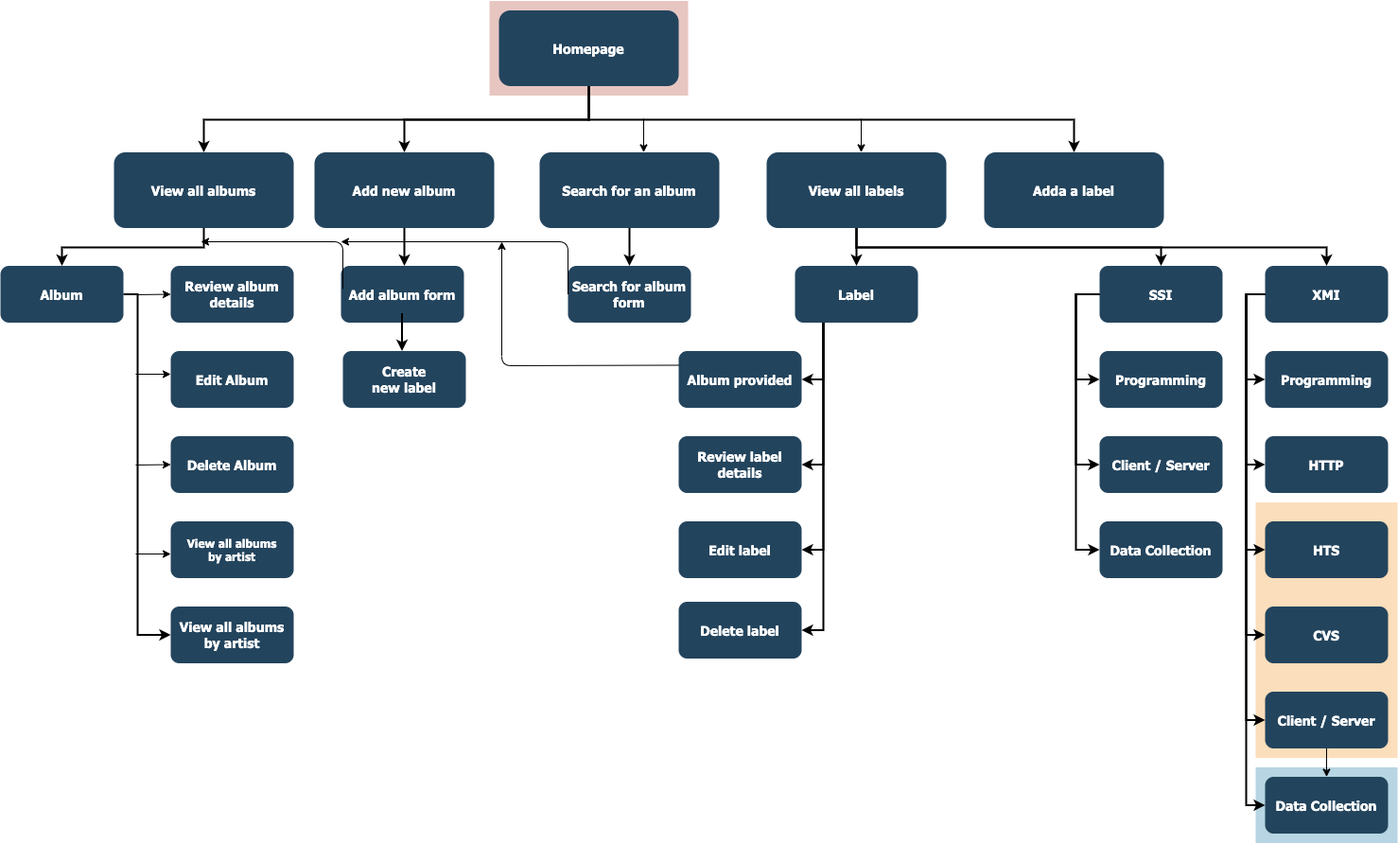
RatBoyJim/GoldSoundz keeps this draw.io diagram as sitemap.png. Above is the earlier version. Source tidied: cells renumbered, new cells last; positions are measured from the earlier drawing's top-left corner, leaving out a move shared by most shapes.
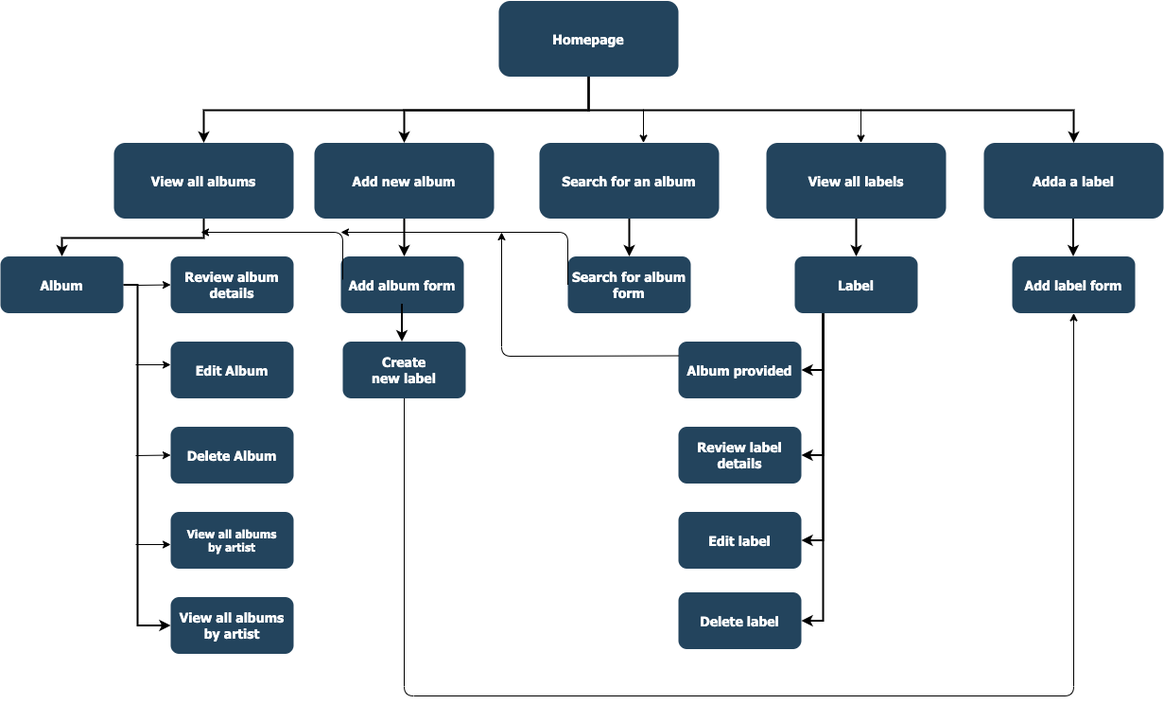
The same diagram one commit later.

Diff of the diagram source:
```diff
@@ -2,15 +2,6 @@
   <root>
     <mxCell id="0" />
     <mxCell id="1" parent="0" />
-    <mxCell id="2" style="fillColor=#AE4132;strokeColor=none;opacity=30;" parent="1" vertex="1">
-      <mxGeometry x="517" y="-0.5" width="210" height="100" as="geometry" />
-    </mxCell>
-    <mxCell id="3" style="fillColor=#F2931E;strokeColor=none;opacity=30;" parent="1" vertex="1">
-      <mxGeometry x="1327" y="529.5" width="150" height="270" as="geometry" />
-    </mxCell>
-    <mxCell id="4" style="fillColor=#10739E;strokeColor=none;opacity=30;" parent="1" vertex="1">
-      <mxGeometry x="1327" y="809.5" width="150" height="80" as="geometry" />
-    </mxCell>
     <mxCell id="5" value="Homepage" style="rounded=1;fillColor=#23445D;gradientColor=none;strokeColor=none;fontColor=#FFFFFF;fontStyle=1;fontFamily=Tahoma;fontSize=14;" parent="1" vertex="1">
       <mxGeometry x="527" y="9.5" width="190" height="80" as="geometry" />
     </mxCell>
@@ -62,42 +53,6 @@
     <mxCell id="21" value="Delete label" style="rounded=1;fillColor=#23445D;gradientColor=none;strokeColor=none;fontColor=#FFFFFF;fontStyle=1;fontFamily=Tahoma;fontSize=14;" parent="1" vertex="1">
       <mxGeometry x="717" y="634.5" width="130" height="60" as="geometry" />
     </mxCell>
-    <mxCell id="22" value="SSI" style="rounded=1;fillColor=#23445D;gradientColor=none;strokeColor=none;fontColor=#FFFFFF;fontStyle=1;fontFamily=Tahoma;fontSize=14;" parent="1" vertex="1">
-      <mxGeometry x="1162" y="279.5" width="130" height="60" as="geometry" />
-    </mxCell>
-    <mxCell id="23" value="Programming" style="rounded=1;fillColor=#23445D;gradientColor=none;strokeColor=none;fontColor=#FFFFFF;fontStyle=1;fontFamily=Tahoma;fontSize=14;" parent="1" vertex="1">
-      <mxGeometry x="1162" y="369.5" width="130" height="60" as="geometry" />
-    </mxCell>
-    <mxCell id="24" value="Client / Server" style="rounded=1;fillColor=#23445D;gradientColor=none;strokeColor=none;fontColor=#FFFFFF;fontStyle=1;fontFamily=Tahoma;fontSize=14;" parent="1" vertex="1">
-      <mxGeometry x="1162" y="459.5" width="130" height="60" as="geometry" />
-    </mxCell>
-    <mxCell id="25" value="Data Collection" style="rounded=1;fillColor=#23445D;gradientColor=none;strokeColor=none;fontColor=#FFFFFF;fontStyle=1;fontFamily=Tahoma;fontSize=14;" parent="1" vertex="1">
-      <mxGeometry x="1162" y="549.5" width="130" height="60" as="geometry" />
-    </mxCell>
-    <mxCell id="26" value="XMI" style="rounded=1;fillColor=#23445D;gradientColor=none;strokeColor=none;fontColor=#FFFFFF;fontStyle=1;fontFamily=Tahoma;fontSize=14;" parent="1" vertex="1">
-      <mxGeometry x="1337" y="279.5" width="130" height="60" as="geometry" />
-    </mxCell>
-    <mxCell id="27" value="Programming" style="rounded=1;fillColor=#23445D;gradientColor=none;strokeColor=none;fontColor=#FFFFFF;fontStyle=1;fontFamily=Tahoma;fontSize=14;" parent="1" vertex="1">
-      <mxGeometry x="1337" y="369.5" width="130" height="60" as="geometry" />
-    </mxCell>
-    <mxCell id="28" value="HTTP" style="rounded=1;fillColor=#23445D;gradientColor=none;strokeColor=none;fontColor=#FFFFFF;fontStyle=1;fontFamily=Tahoma;fontSize=14;" parent="1" vertex="1">
-      <mxGeometry x="1337" y="459.5" width="130" height="60" as="geometry" />
-    </mxCell>
-    <mxCell id="29" value="HTS" style="rounded=1;fillColor=#23445D;gradientColor=none;strokeColor=none;fontColor=#FFFFFF;fontStyle=1;fontFamily=Tahoma;fontSize=14;" parent="1" vertex="1">
-      <mxGeometry x="1337" y="549.5" width="130" height="60" as="geometry" />
-    </mxCell>
-    <mxCell id="30" value="CVS" style="rounded=1;fillColor=#23445D;gradientColor=none;strokeColor=none;fontColor=#FFFFFF;fontStyle=1;fontFamily=Tahoma;fontSize=14;" parent="1" vertex="1">
-      <mxGeometry x="1337" y="639.5" width="130" height="60" as="geometry" />
-    </mxCell>
-    <mxCell id="31" style="edgeStyle=orthogonalEdgeStyle;rounded=0;jettySize=auto;html=1;" parent="1" edge="1" source="32" target="33">
-      <mxGeometry relative="1" as="geometry" />
-    </mxCell>
-    <mxCell id="32" value="Client / Server" style="rounded=1;fillColor=#23445D;gradientColor=none;strokeColor=none;fontColor=#FFFFFF;fontStyle=1;fontFamily=Tahoma;fontSize=14;" parent="1" vertex="1">
-      <mxGeometry x="1337" y="729.5" width="130" height="60" as="geometry" />
-    </mxCell>
-    <mxCell id="33" value="Data Collection" style="rounded=1;fillColor=#23445D;gradientColor=none;strokeColor=none;fontColor=#FFFFFF;fontStyle=1;fontFamily=Tahoma;fontSize=14;" parent="1" vertex="1">
-      <mxGeometry x="1337" y="819.5" width="130" height="60" as="geometry" />
-    </mxCell>
     <mxCell id="34" style="edgeStyle=elbowEdgeStyle;elbow=vertical;strokeWidth=2;rounded=0;" parent="1" edge="1" source="5" target="9">
       <mxGeometry x="347" y="225.5" as="geometry" />
     </mxCell>
@@ -138,69 +93,6 @@
         </Array>
       </mxGeometry>
     </mxCell>
-    <mxCell id="41" style="edgeStyle=elbowEdgeStyle;elbow=horizontal;strokeWidth=2;rounded=0;" parent="1" edge="1" source="22" target="23">
-      <mxGeometry x="-23" y="135.5" as="geometry">
-        <Array as="points">
-          <mxPoint x="1137" y="359.5" />
-        </Array>
-      </mxGeometry>
-    </mxCell>
-    <mxCell id="42" style="edgeStyle=elbowEdgeStyle;elbow=horizontal;strokeWidth=2;rounded=0;" parent="1" edge="1" source="22" target="24">
-      <mxGeometry x="-23" y="135.5" as="geometry">
-        <Array as="points">
-          <mxPoint x="1137" y="419.5" />
-        </Array>
-      </mxGeometry>
-    </mxCell>
-    <mxCell id="43" style="edgeStyle=elbowEdgeStyle;elbow=horizontal;strokeWidth=2;rounded=0;" parent="1" edge="1" source="22" target="25">
-      <mxGeometry x="-23" y="135.5" as="geometry">
-        <Array as="points">
-          <mxPoint x="1137" y="449.5" />
-        </Array>
-      </mxGeometry>
-    </mxCell>
-    <mxCell id="44" style="edgeStyle=elbowEdgeStyle;elbow=horizontal;strokeWidth=2;rounded=0;" parent="1" edge="1" source="26" target="27">
-      <mxGeometry x="-23" y="135.5" as="geometry">
-        <Array as="points">
-          <mxPoint x="1317" y="359.5" />
-        </Array>
-      </mxGeometry>
-    </mxCell>
-    <mxCell id="45" style="edgeStyle=elbowEdgeStyle;elbow=horizontal;strokeWidth=2;rounded=0;" parent="1" edge="1" source="26" target="28">
-      <mxGeometry x="-23" y="135.5" as="geometry">
-        <Array as="points">
-          <mxPoint x="1317" y="399.5" />
-        </Array>
-      </mxGeometry>
-    </mxCell>
-    <mxCell id="46" style="edgeStyle=elbowEdgeStyle;elbow=horizontal;strokeWidth=2;rounded=0;" parent="1" edge="1" source="26" target="29">
-      <mxGeometry x="-23" y="135.5" as="geometry">
-        <Array as="points">
-          <mxPoint x="1317" y="449.5" />
-        </Array>
-      </mxGeometry>
-    </mxCell>
-    <mxCell id="47" style="edgeStyle=elbowEdgeStyle;elbow=horizontal;strokeWidth=2;rounded=0;" parent="1" edge="1" source="26" target="30">
-      <mxGeometry x="-23" y="135.5" as="geometry">
-        <Array as="points">
-          <mxPoint x="1317" y="499.5" />
-        </Array>
-      </mxGeometry>
-    </mxCell>
-    <mxCell id="48" style="edgeStyle=elbowEdgeStyle;elbow=horizontal;strokeWidth=2;rounded=0;" parent="1" edge="1" source="26" target="32">
-      <mxGeometry x="-23" y="135.5" as="geometry">
-        <Array as="points">
-          <mxPoint x="1317" y="549.5" />
-        </Array>
-      </mxGeometry>
-    </mxCell>
-    <mxCell id="49" style="edgeStyle=elbowEdgeStyle;elbow=horizontal;strokeWidth=2;rounded=0;" parent="1" edge="1" source="26" target="33">
-      <mxGeometry x="-23" y="135.5" as="geometry">
-        <Array as="points">
-          <mxPoint x="1317" y="589.5" />
-        </Array>
-      </mxGeometry>
-    </mxCell>
     <mxCell id="50" style="edgeStyle=elbowEdgeStyle;elbow=vertical;strokeWidth=2;rounded=0;" parent="1" edge="1" source="9">
       <mxGeometry x="-23" y="135.5" as="geometry">
         <mxPoint x="427" y="279.5" as="targetPoint" />
@@ -209,15 +101,9 @@
     <mxCell id="51" style="edgeStyle=elbowEdgeStyle;elbow=vertical;strokeWidth=2;rounded=0;" parent="1" edge="1" source="8" target="17">
       <mxGeometry x="-23" y="135.5" as="geometry" />
     </mxCell>
-    <mxCell id="52" style="edgeStyle=elbowEdgeStyle;elbow=vertical;strokeWidth=2;rounded=0;" parent="1" edge="1" source="6" target="22">
-      <mxGeometry x="-23" y="135.5" as="geometry" />
-    </mxCell>
     <mxCell id="53" style="edgeStyle=elbowEdgeStyle;elbow=vertical;strokeWidth=2;rounded=0;" parent="1" edge="1" source="6" target="18">
       <mxGeometry x="-23" y="135.5" as="geometry" />
     </mxCell>
-    <mxCell id="54" style="edgeStyle=elbowEdgeStyle;elbow=vertical;strokeWidth=2;rounded=0;" parent="1" edge="1" source="6" target="26">
-      <mxGeometry x="-23" y="135.5" as="geometry" />
-    </mxCell>
     <mxCell id="55" style="endArrow=classic;html=1;" parent="1" edge="1">
       <mxGeometry relative="1" as="geometry">
         <mxPoint x="680" y="124" as="sourcePoint" />
@@ -305,5 +191,22 @@
         </Array>
       </mxGeometry>
     </mxCell>
+    <mxCell id="70" style="edgeStyle=elbowEdgeStyle;elbow=vertical;strokeWidth=2;rounded=0;" parent="1" edge="1">
+      <mxGeometry x="206.5" y="135.5" as="geometry">
+        <mxPoint x="1134.5" y="239.5" as="sourcePoint" />
+        <mxPoint x="1134.5" y="279.5" as="targetPoint" />
+      </mxGeometry>
+    </mxCell>
+    <mxCell id="71" value="Add label form" style="rounded=1;fillColor=#23445D;gradientColor=none;strokeColor=none;fontColor=#FFFFFF;fontStyle=1;fontFamily=Tahoma;fontSize=14;" parent="1" vertex="1">
+      <mxGeometry x="1070" y="279.5" width="130" height="60" as="geometry" />
+    </mxCell>
+    <mxCell id="72" style="endArrow=classic;html=1;fontSize=12;exitX=0.5;exitY=1;exitDx=0;exitDy=0;entryX=0.5;entryY=1;entryDx=0;entryDy=0;" parent="1" edge="1" source="63" target="71">
+      <mxGeometry relative="1" as="geometry">
+        <Array as="points">
+          <mxPoint x="427" y="744" />
+          <mxPoint x="1135" y="744" />
+        </Array>
+      </mxGeometry>
+    </mxCell>
   </root>
 </mxGraphModel>
```
